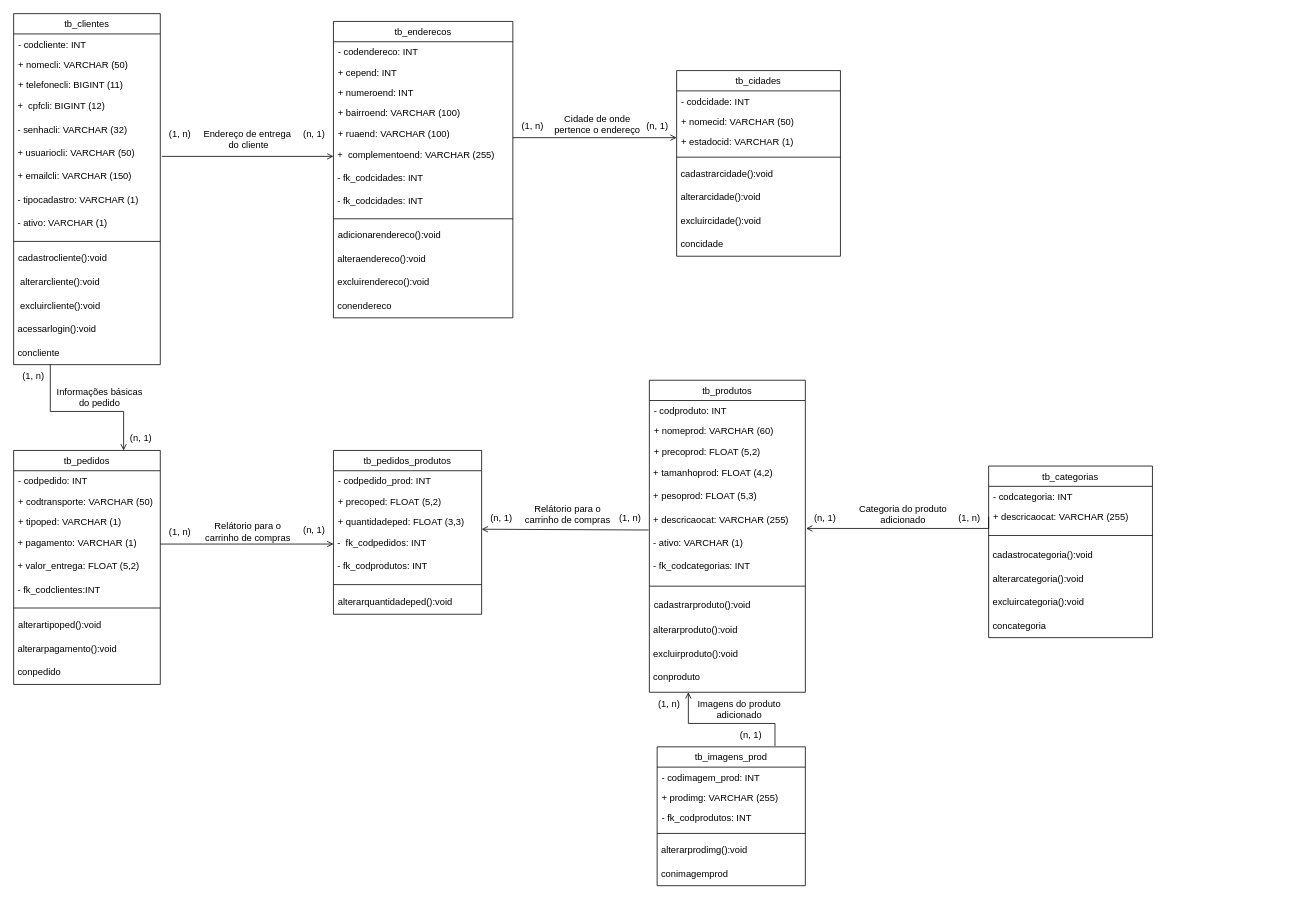
LukaPaganoti/TCC-CEEP keeps this draw.io diagram as diagrama de classe.drawio. Above is the earlier version. Source tidied: cells renumbered, new cells numbered last; positions are measured from the earlier drawing's top-left corner, leaving out a move shared by most shapes. Both pictures are drawn from the tidied source at 78%, with x=0, y=0 at pixel (13, 13).
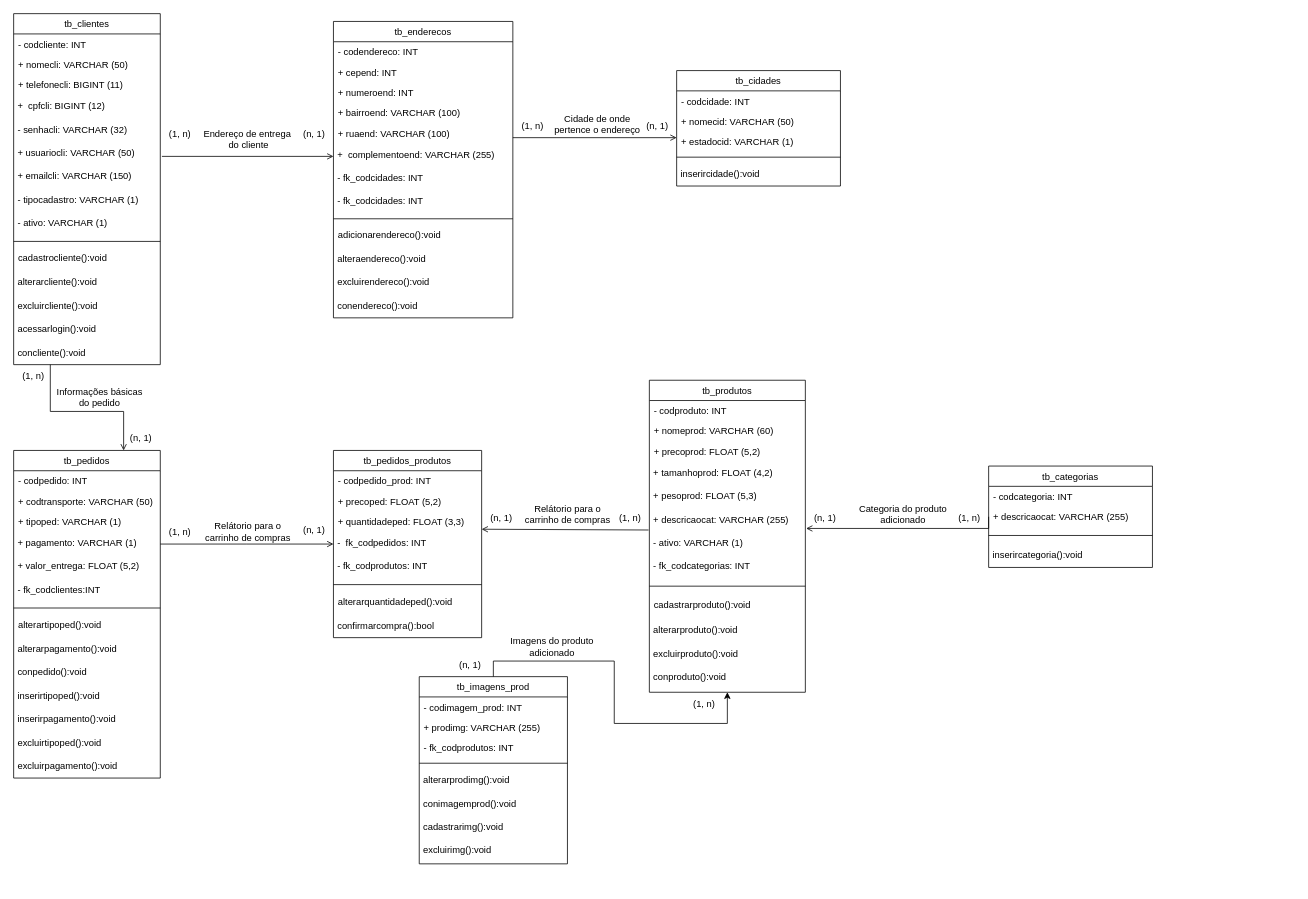
The same page after the edit.

Unchanged cells that the change refers to:
```xml
<mxCell id="2" value="tb_clientes" style="swimlane;fontStyle=0;align=center;verticalAlign=top;horizontal=1;startSize=26;rounded=0;shadow=0;strokeWidth=1;fontFamily=Arial;" parent="1" vertex="1">
  <mxGeometry width="188" height="450" as="geometry" />
</mxCell>
<mxCell id="18" value="tb_enderecos" style="swimlane;fontStyle=0;align=center;verticalAlign=top;horizontal=1;startSize=26;rounded=0;shadow=0;strokeWidth=1;fontFamily=Arial;" parent="1" vertex="1">
  <mxGeometry x="410" y="10" width="230" height="380" as="geometry" />
</mxCell>
<mxCell id="80" value="tb_produtos" style="swimlane;fontStyle=0;align=center;verticalAlign=top;horizontal=1;startSize=26;rounded=0;shadow=0;strokeWidth=1;fontFamily=Arial;" parent="1" vertex="1">
  <mxGeometry x="815" y="470" width="200" height="400" as="geometry" />
</mxCell>
```

What changed in the source:
```diff
@@
-    <mxCell id="14" value="&amp;nbsp; alterarcliente():void" style="text;html=1;align=left;verticalAlign=middle;strokeColor=none;fillColor=none;" parent="2" vertex="1">
+    <mxCell id="14" value="&amp;nbsp;alterarcliente():void" style="text;html=1;align=left;verticalAlign=middle;strokeColor=none;fillColor=none;" parent="2" vertex="1">
       <mxGeometry y="330" width="188" height="30" as="geometry" />
     </mxCell>
-    <mxCell id="15" value="&amp;nbsp; excluircliente():void" style="text;html=1;align=left;verticalAlign=middle;strokeColor=none;fillColor=none;" parent="2" vertex="1">
+    <mxCell id="15" value="&amp;nbsp;excluircliente():void" style="text;html=1;align=left;verticalAlign=middle;strokeColor=none;fillColor=none;" parent="2" vertex="1">
       <mxGeometry y="360" width="188" height="30" as="geometry" />
     </mxCell>
@@
-    <mxCell id="17" value="&amp;nbsp;concliente" style="text;html=1;align=left;verticalAlign=middle;strokeColor=none;fillColor=none;" parent="2" vertex="1">
+    <mxCell id="17" value="&amp;nbsp;concliente():void" style="text;html=1;align=left;verticalAlign=middle;strokeColor=none;fillColor=none;" parent="2" vertex="1">
       <mxGeometry y="420" width="188" height="30" as="geometry" />
     </mxCell>
@@
-    <mxCell id="31" value="&amp;nbsp;conendereco" style="text;html=1;align=left;verticalAlign=middle;strokeColor=none;fillColor=none;" parent="18" vertex="1">
+    <mxCell id="31" value="&amp;nbsp;conendereco():void" style="text;html=1;align=left;verticalAlign=middle;strokeColor=none;fillColor=none;" parent="18" vertex="1">
       <mxGeometry y="350" width="230" height="30" as="geometry" />
     </mxCell>
@@
     <mxCell id="37" value="tb_cidades" style="swimlane;fontStyle=0;align=center;verticalAlign=top;horizontal=1;startSize=26;rounded=0;shadow=0;strokeWidth=1;fontFamily=Arial;" parent="1" vertex="1">
-      <mxGeometry x="850" y="73" width="210" height="238" as="geometry" />
+      <mxGeometry x="850" y="73" width="210" height="148" as="geometry" />
     </mxCell>
@@
-    <mxCell id="42" value="&amp;nbsp;cadastrarcidade():void" style="text;html=1;align=left;verticalAlign=middle;strokeColor=none;fillColor=none;" parent="37" vertex="1">
+    <mxCell id="42" value="&amp;nbsp;inserircidade():void" style="text;html=1;align=left;verticalAlign=middle;strokeColor=none;fillColor=none;" parent="37" vertex="1">
       <mxGeometry y="118" width="210" height="30" as="geometry" />
     </mxCell>
-    <mxCell id="43" value="&amp;nbsp;alterarcidade():void" style="text;html=1;align=left;verticalAlign=middle;strokeColor=none;fillColor=none;" parent="37" vertex="1">
-      <mxGeometry y="148" width="210" height="30" as="geometry" />
-    </mxCell>
-    <mxCell id="44" value="&amp;nbsp;excluircidade():void" style="text;html=1;align=left;verticalAlign=middle;strokeColor=none;fillColor=none;" parent="37" vertex="1">
-      <mxGeometry y="178" width="210" height="30" as="geometry" />
-    </mxCell>
-    <mxCell id="45" value="&amp;nbsp;concidade" style="text;html=1;align=left;verticalAlign=middle;strokeColor=none;fillColor=none;" parent="37" vertex="1">
-      <mxGeometry y="208" width="210" height="30" as="geometry" />
-    </mxCell>
@@
     <mxCell id="49" value="tb_pedidos" style="swimlane;fontStyle=0;align=center;verticalAlign=top;horizontal=1;startSize=26;rounded=0;shadow=0;strokeWidth=1;fontFamily=Arial;" parent="1" vertex="1">
-      <mxGeometry y="560" width="188" height="300" as="geometry" />
+      <mxGeometry y="560" width="188" height="420" as="geometry" />
     </mxCell>
@@
-    <mxCell id="59" value="&amp;nbsp;conpedido" style="text;html=1;align=left;verticalAlign=middle;strokeColor=none;fillColor=none;" parent="49" vertex="1">
+    <mxCell id="59" value="&amp;nbsp;conpedido():void" style="text;html=1;align=left;verticalAlign=middle;strokeColor=none;fillColor=none;" parent="49" vertex="1">
       <mxGeometry y="270" width="188" height="30" as="geometry" />
     </mxCell>
+    <mxCell id="124" value="&lt;div align=&quot;left&quot;&gt;&amp;nbsp;inserirtipoped():void&lt;/div&gt;" style="text;html=1;align=left;verticalAlign=middle;strokeColor=none;fillColor=none;" parent="49" vertex="1">
+      <mxGeometry y="300" width="188" height="30" as="geometry" />
+    </mxCell>
+    <mxCell id="125" value="&lt;div align=&quot;left&quot;&gt;&amp;nbsp;inserirpagamento():void&lt;/div&gt;" style="text;html=1;align=left;verticalAlign=middle;strokeColor=none;fillColor=none;" parent="49" vertex="1">
+      <mxGeometry y="330" width="188" height="30" as="geometry" />
+    </mxCell>
+    <mxCell id="126" value="&lt;div align=&quot;left&quot;&gt;&amp;nbsp;excluirtipoped():void&lt;/div&gt;" style="text;html=1;align=left;verticalAlign=middle;strokeColor=none;fillColor=none;" parent="49" vertex="1">
+      <mxGeometry y="360" width="188" height="30" as="geometry" />
+    </mxCell>
+    <mxCell id="127" value="&lt;div align=&quot;left&quot;&gt;&amp;nbsp;excluirpagamento():void&lt;/div&gt;" style="text;html=1;align=left;verticalAlign=middle;strokeColor=none;fillColor=none;" parent="49" vertex="1">
+      <mxGeometry y="390" width="188" height="30" as="geometry" />
+    </mxCell>
@@
     <mxCell id="65" value="tb_pedidos_produtos" style="swimlane;fontStyle=0;align=center;verticalAlign=top;horizontal=1;startSize=26;rounded=0;shadow=0;strokeWidth=1;fontFamily=Arial;" parent="1" vertex="1">
-      <mxGeometry x="410" y="560" width="190" height="210" as="geometry" />
+      <mxGeometry x="410" y="560" width="190" height="240" as="geometry" />
     </mxCell>
@@
+    <mxCell id="128" value="&lt;div align=&quot;left&quot;&gt;&amp;nbsp;confirmarcompra():bool&lt;/div&gt;" style="text;html=1;align=left;verticalAlign=middle;strokeColor=none;fillColor=none;" parent="65" vertex="1">
+      <mxGeometry y="210" width="190" height="30" as="geometry" />
+    </mxCell>
@@
-    <mxCell id="93" value="&amp;nbsp;conproduto" style="text;html=1;align=left;verticalAlign=middle;strokeColor=none;fillColor=none;" parent="80" vertex="1">
+    <mxCell id="93" value="&amp;nbsp;conproduto():void" style="text;html=1;align=left;verticalAlign=middle;strokeColor=none;fillColor=none;" parent="80" vertex="1">
       <mxGeometry y="366" width="200" height="30" as="geometry" />
     </mxCell>
@@
     <mxCell id="97" value="tb_categorias" style="swimlane;fontStyle=0;align=center;verticalAlign=top;horizontal=1;startSize=26;rounded=0;shadow=0;strokeWidth=1;fontFamily=Arial;" parent="1" vertex="1">
-      <mxGeometry x="1250" y="580" width="210" height="220" as="geometry" />
+      <mxGeometry x="1250" y="580" width="210" height="130" as="geometry" />
     </mxCell>
@@
-    <mxCell id="101" value="&amp;nbsp;cadastrocategoria():void" style="text;html=1;align=left;verticalAlign=middle;strokeColor=none;fillColor=none;" parent="97" vertex="1">
+    <mxCell id="101" value="&amp;nbsp;inserircategoria():void" style="text;html=1;align=left;verticalAlign=middle;strokeColor=none;fillColor=none;" parent="97" vertex="1">
       <mxGeometry y="100" width="210" height="30" as="geometry" />
     </mxCell>
-    <mxCell id="102" value="&amp;nbsp;alterarcategoria():void" style="text;html=1;align=left;verticalAlign=middle;strokeColor=none;fillColor=none;" parent="97" vertex="1">
-      <mxGeometry y="130" width="210" height="30" as="geometry" />
-    </mxCell>
-    <mxCell id="103" value="&amp;nbsp;excluircategoria():void" style="text;html=1;align=left;verticalAlign=middle;strokeColor=none;fillColor=none;" parent="97" vertex="1">
-      <mxGeometry y="160" width="210" height="30" as="geometry" />
-    </mxCell>
-    <mxCell id="104" value="&amp;nbsp;concategoria" style="text;html=1;align=left;verticalAlign=middle;strokeColor=none;fillColor=none;" parent="97" vertex="1">
-      <mxGeometry y="190" width="210" height="30" as="geometry" />
-    </mxCell>
@@
-    <mxCell id="110" style="endArrow=open;shadow=0;strokeWidth=1;rounded=0;endFill=1;edgeStyle=elbowEdgeStyle;elbow=vertical;fontFamily=Arial;entryX=0.25;entryY=1;entryDx=0;entryDy=0;exitX=0.795;exitY=-0.007;exitDx=0;exitDy=0;exitPerimeter=0;" parent="1" edge="1" source="112" target="80">
-      <mxGeometry x="0.5" y="41" relative="1" as="geometry">
-        <Array as="points">
-          <mxPoint x="920" y="910" />
-        </Array>
-        <mxPoint x="-40" y="32" as="offset" />
-      </mxGeometry>
-    </mxCell>
-    <mxCell id="111" style="align=left;verticalAlign=bottom;labelBackgroundColor=none;fontSize=12;fontFamily=Arial;" parent="110" vertex="1">
-      <mxGeometry x="-1" relative="1" as="geometry">
-        <mxPoint x="392" y="-11" as="offset" />
-      </mxGeometry>
-    </mxCell>
     <mxCell id="112" value="tb_imagens_prod" style="swimlane;fontStyle=0;align=center;verticalAlign=top;horizontal=1;startSize=26;rounded=0;shadow=0;strokeWidth=1;fontFamily=Arial;" parent="1" vertex="1">
-      <mxGeometry x="825" y="940" width="190" height="178" as="geometry" />
+      <mxGeometry x="520" y="850" width="190" height="240" as="geometry" />
     </mxCell>
@@
-    <mxCell id="118" value="&amp;nbsp;conimagemprod" style="text;html=1;align=left;verticalAlign=middle;strokeColor=none;fillColor=none;" parent="112" vertex="1">
+    <mxCell id="118" value="&amp;nbsp;conimagemprod():void" style="text;html=1;align=left;verticalAlign=middle;strokeColor=none;fillColor=none;" parent="112" vertex="1">
       <mxGeometry y="148" width="190" height="30" as="geometry" />
     </mxCell>
+    <mxCell id="129" value="&lt;div align=&quot;left&quot;&gt;&amp;nbsp;cadastrarimg():void&lt;/div&gt;" style="text;html=1;align=left;verticalAlign=middle;strokeColor=none;fillColor=none;" parent="112" vertex="1">
+      <mxGeometry y="178" width="190" height="30" as="geometry" />
+    </mxCell>
+    <mxCell id="130" value="&lt;div align=&quot;left&quot;&gt;&amp;nbsp;excluirimg():void&lt;/div&gt;" style="text;html=1;align=left;verticalAlign=middle;strokeColor=none;fillColor=none;" parent="112" vertex="1">
+      <mxGeometry y="208" width="190" height="30" as="geometry" />
+    </mxCell>
     <mxCell id="119" value="Imagens do produto&lt;br&gt;adicionado" style="text;html=1;align=center;verticalAlign=middle;labelBackgroundColor=none;rounded=0;shadow=0;strokeWidth=1;fontSize=12;fontFamily=Arial;" parent="1" vertex="1">
-      <mxGeometry x="930" y="890" as="geometry">
+      <mxGeometry x="690" y="810" as="geometry">
         <mxPoint x="-1" y="1" as="offset" />
       </mxGeometry>
     </mxCell>
     <mxCell id="120" value="(n, 1)" style="text;html=1;align=center;verticalAlign=middle;strokeColor=none;fillColor=none;" parent="1" vertex="1">
-      <mxGeometry x="920" y="910" width="50" height="30" as="geometry" />
+      <mxGeometry x="560" y="820" width="50" height="30" as="geometry" />
     </mxCell>
     <mxCell id="121" value="(1, n)" style="text;html=1;align=center;verticalAlign=middle;strokeColor=none;fillColor=none;" parent="1" vertex="1">
-      <mxGeometry x="815" y="870" width="50" height="30" as="geometry" />
+      <mxGeometry x="860" y="870" width="50" height="30" as="geometry" />
     </mxCell>
@@
+    <mxCell id="110" style="endArrow=classic;html=1;rounded=0;exitX=0.5;exitY=0;exitDx=0;exitDy=0;entryX=0.5;entryY=1;entryDx=0;entryDy=0;" parent="1" edge="1" source="112" target="80">
+      <mxGeometry relative="1" as="geometry">
+        <Array as="points">
+          <mxPoint x="615" y="830" />
+          <mxPoint x="770" y="830" />
+          <mxPoint x="770" y="910" />
+          <mxPoint x="915" y="910" />
+        </Array>
+      </mxGeometry>
+    </mxCell>
```
